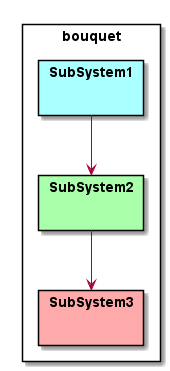
This is docs/Architecture.png from madajaju/bouquet, a PlantUML export, as it was before one commit.
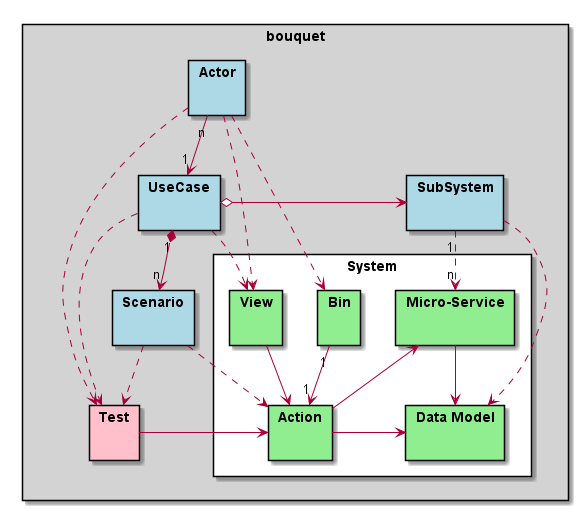
Above is the later version.

Diff of the diagram source:
```diff
@@ -2,17 +2,53 @@
 
 skinparam packageStyle rect
 
-package bouquet {
-package "SubSystem1" #aaffff {
-}
-package "SubSystem2" #aaffaa {
-}
-package "SubSystem3" #ffaaaa {
-}
+package bouquet #lightgray {
+    package "Actor" #lightblue {
+    }
+    package "Test" #pink {
+    }
+    package "UseCase" #lightblue {
+    }
+    package "Scenario" #lightblue {
+    }
+    package "SubSystem" #lightblue {
+    }
+    package System #white {
+        package "Action" #lightgreen {
+        }
+        package "Bin" #lightgreen {
+        }
+        package "Micro-Service" #lightgreen {
+        }
+        package "Data Model" as Model #lightgreen {
+        }
+        package "View" as View #lightgreen {
+        }
+    }
+
+    UseCase "1" *--> "n" Scenario
+    Actor "n" --> "1" UseCase
+    Actor ..>  Bin
+    SubSystem "1" ..> "n" "Micro-Service"
+    Bin "1" --> "1" Action
+    Scenario .> Action
+    UseCase o-> SubSystem
+    SubSystem ..> Model
+
+    Actor ..> Test
+    UseCase ..> Test
+    Scenario ..> Test
+    "Micro-Service" <-- Action
+    Test -> Action
+
+    Action -> Model
+    "Micro-Service" -> Model
+
+    Actor ..> View
+    UseCase ..> View
+    View --> Action
+
+
 }
 
-SubSystem1 --> SubSystem2
-SubSystem2 --> SubSystem3
-
-
 @enduml
```
